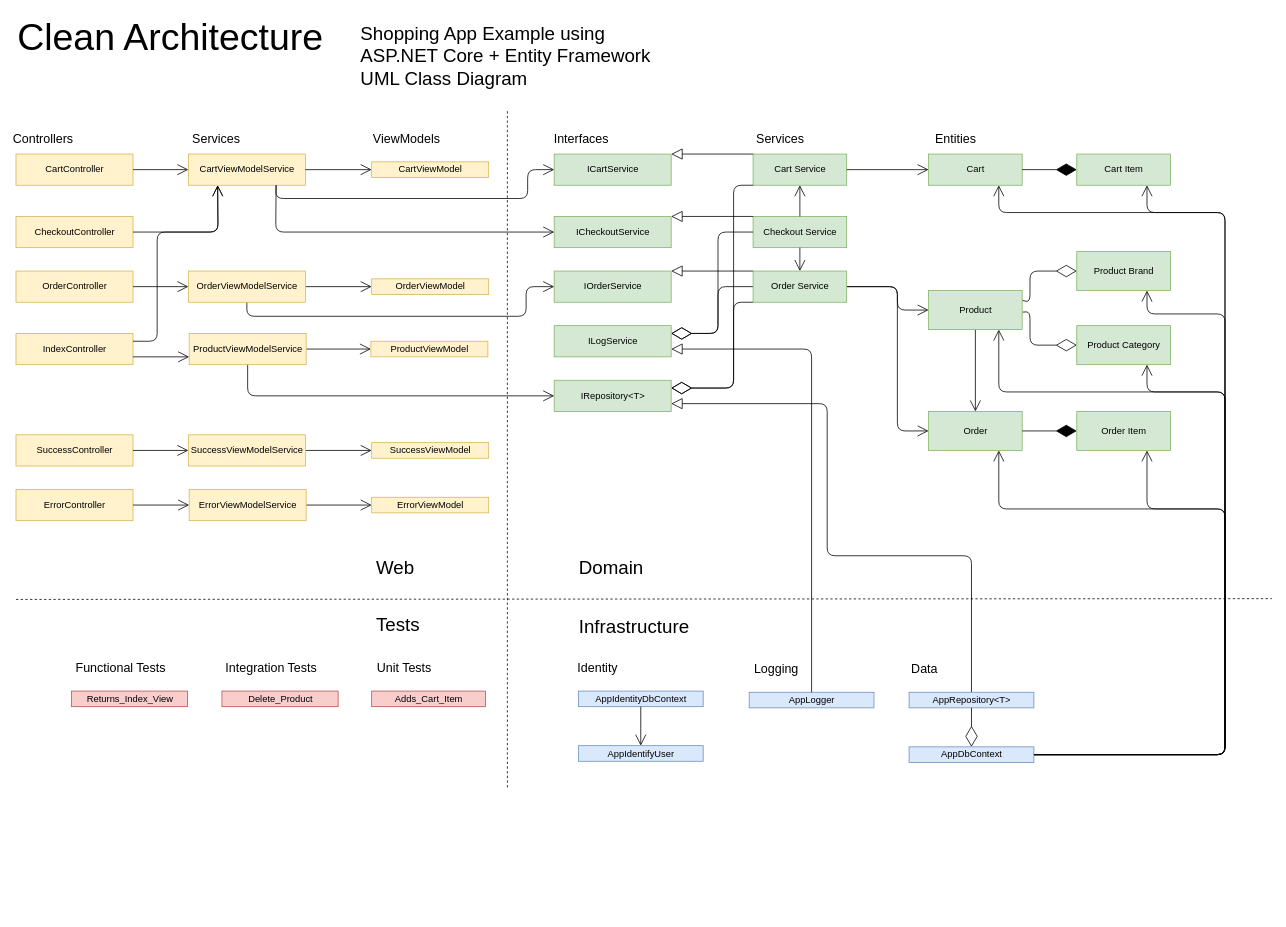
This is Clean_Architecture_Designs/Shopping_v3.drawio from kdaquila/WoodworkingShop, a draw.io file, before an edit. Source tidied: cells renumbered, new cells numbered last; positions are measured from the earlier drawing's top-left corner, leaving out a move shared by most shapes. Both pictures are drawn from the tidied source at 78%, with x=0, y=0 at pixel (16, 13).
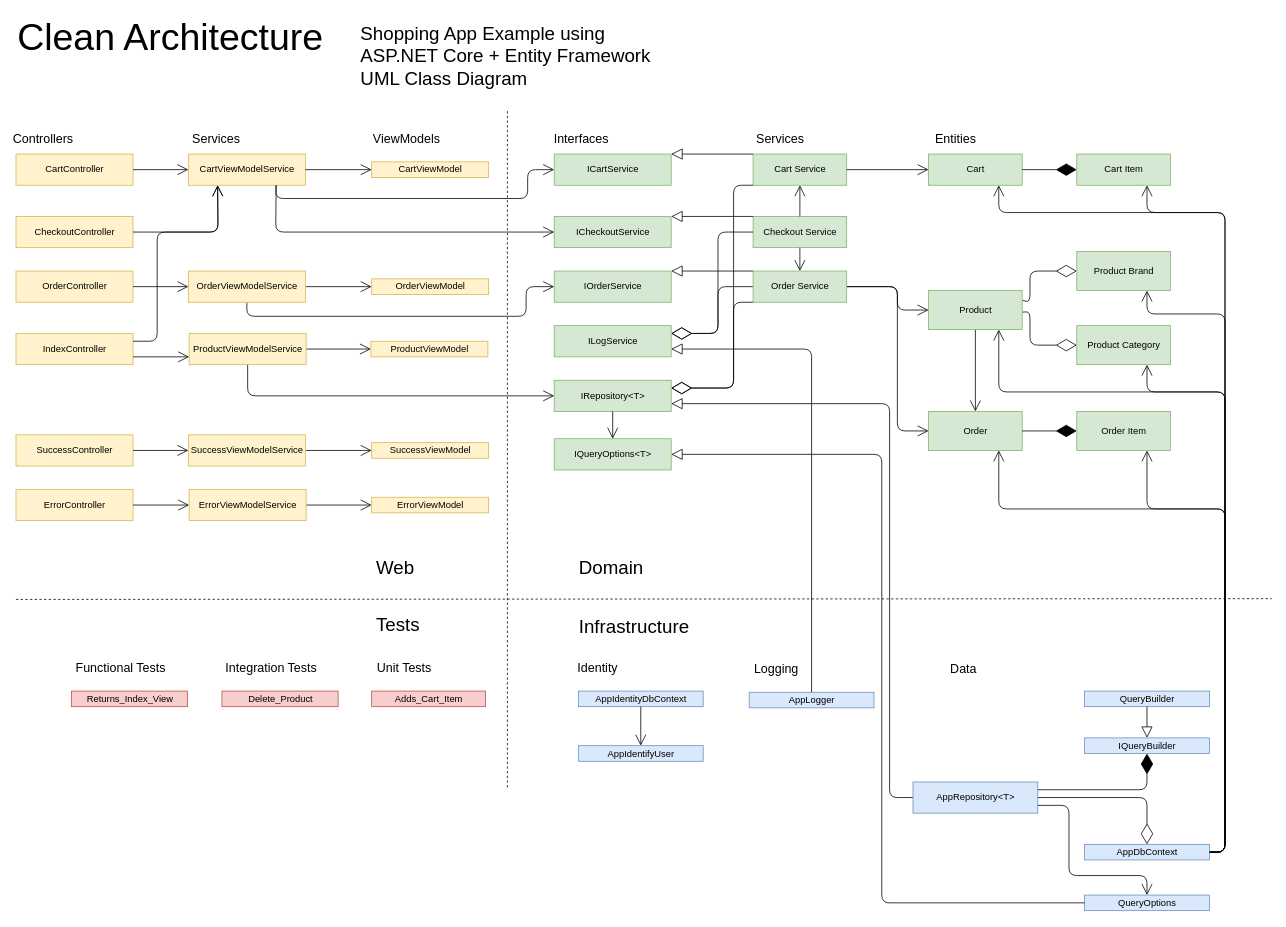
The same page after the edit.

Unchanged cells that the change refers to:
```xml
<mxCell id="2" value="Cart" style="html=1;fillColor=#d5e8d4;strokeColor=#82b366;" parent="1" vertex="1">
  <mxGeometry x="1170" y="180" width="120" height="40" as="geometry" />
</mxCell>
<mxCell id="3" value="Cart Item" style="html=1;fillColor=#d5e8d4;strokeColor=#82b366;" parent="1" vertex="1">
  <mxGeometry x="1360" y="180" width="120" height="40" as="geometry" />
</mxCell>
<mxCell id="4" value="Order" style="html=1;fillColor=#d5e8d4;strokeColor=#82b366;" parent="1" vertex="1">
  <mxGeometry x="1170" y="510" width="120" height="50" as="geometry" />
</mxCell>
<mxCell id="5" value="Order Item" style="html=1;fillColor=#d5e8d4;strokeColor=#82b366;" parent="1" vertex="1">
  <mxGeometry x="1360" y="510" width="120" height="50" as="geometry" />
</mxCell>
<mxCell id="6" value="Product Brand" style="html=1;fillColor=#d5e8d4;strokeColor=#82b366;" parent="1" vertex="1">
  <mxGeometry x="1360" y="305" width="120" height="50" as="geometry" />
</mxCell>
<mxCell id="7" value="Product Category" style="html=1;fillColor=#d5e8d4;strokeColor=#82b366;" parent="1" vertex="1">
  <mxGeometry x="1360" y="400" width="120" height="50" as="geometry" />
</mxCell>
<mxCell id="14" value="IRepository&amp;lt;T&amp;gt;" style="html=1;fillColor=#d5e8d4;strokeColor=#82b366;" parent="1" vertex="1">
  <mxGeometry x="690" y="470" width="150" height="40" as="geometry" />
</mxCell>
<mxCell id="56" value="Product" style="html=1;fillColor=#d5e8d4;strokeColor=#82b366;" parent="1" vertex="1">
  <mxGeometry x="1170" y="355" width="120" height="50" as="geometry" />
</mxCell>
```

Change to the diagram source:
```diff
@@
     <mxCell id="28" style="endArrow=open;endFill=1;endSize=12;html=1;exitX=1;exitY=0.5;exitDx=0;exitDy=0;entryX=0.75;entryY=1;entryDx=0;entryDy=0;" parent="1" edge="1" source="40" target="2">
       <mxGeometry relative="1" as="geometry">
         <Array as="points">
-          <mxPoint x="1550" y="950" />
+          <mxPoint x="1550" y="1075" />
           <mxPoint x="1550" y="255" />
           <mxPoint x="1260" y="255" />
         </Array>
       </mxGeometry>
     </mxCell>
@@
     <mxCell id="30" style="endArrow=open;endFill=1;endSize=12;html=1;exitX=1;exitY=0.5;exitDx=0;exitDy=0;entryX=0.75;entryY=1;entryDx=0;entryDy=0;" parent="1" edge="1" source="40" target="5">
       <mxGeometry relative="1" as="geometry">
         <Array as="points">
-          <mxPoint x="1550" y="950" />
+          <mxPoint x="1550" y="1075" />
           <mxPoint x="1550" y="635" />
           <mxPoint x="1450" y="635" />
         </Array>
       </mxGeometry>
     </mxCell>
     <mxCell id="31" style="endArrow=open;endFill=1;endSize=12;html=1;exitX=1;exitY=0.5;exitDx=0;exitDy=0;entryX=0.75;entryY=1;entryDx=0;entryDy=0;" parent="1" edge="1" source="40" target="7">
       <mxGeometry relative="1" as="geometry">
         <Array as="points">
-          <mxPoint x="1550" y="950" />
+          <mxPoint x="1550" y="1075" />
           <mxPoint x="1550" y="485" />
           <mxPoint x="1450" y="485" />
         </Array>
       </mxGeometry>
     </mxCell>
     <mxCell id="32" style="endArrow=open;endFill=1;endSize=12;html=1;exitX=1;exitY=0.5;exitDx=0;exitDy=0;entryX=0.75;entryY=1;entryDx=0;entryDy=0;" parent="1" edge="1" source="40" target="6">
       <mxGeometry relative="1" as="geometry">
         <Array as="points">
-          <mxPoint x="1550" y="950" />
+          <mxPoint x="1550" y="1075" />
           <mxPoint x="1550" y="385" />
           <mxPoint x="1450" y="385" />
         </Array>
       </mxGeometry>
     </mxCell>
     <mxCell id="33" style="endArrow=open;endFill=1;endSize=12;html=1;exitX=1;exitY=0.5;exitDx=0;exitDy=0;entryX=0.75;entryY=1;entryDx=0;entryDy=0;" parent="1" edge="1" source="40" target="3">
       <mxGeometry relative="1" as="geometry">
         <Array as="points">
-          <mxPoint x="1550" y="950" />
+          <mxPoint x="1550" y="1075" />
           <mxPoint x="1550" y="255" />
           <mxPoint x="1450" y="255" />
         </Array>
       </mxGeometry>
     </mxCell>
@@
     <mxCell id="40" value="AppDbContext" style="html=1;fillColor=#dae8fc;strokeColor=#6c8ebf;" parent="1" vertex="1">
-      <mxGeometry x="1145" y="940" width="160" height="20" as="geometry" />
+      <mxGeometry x="1370" y="1065" width="160" height="20" as="geometry" />
     </mxCell>
-    <mxCell id="41" style="endArrow=block;endFill=0;endSize=12;html=1;entryX=1;entryY=0.75;entryDx=0;entryDy=0;exitX=0.5;exitY=0;exitDx=0;exitDy=0;" parent="1" edge="1" source="42" target="14">
+    <mxCell id="41" style="endArrow=block;endFill=0;endSize=12;html=1;entryX=1;entryY=0.75;entryDx=0;entryDy=0;exitX=0;exitY=0.5;exitDx=0;exitDy=0;" parent="1" edge="1" source="42" target="14">
       <mxGeometry relative="1" as="geometry">
         <Array as="points">
-          <mxPoint x="1225" y="695" />
-          <mxPoint x="1040" y="695" />
-          <mxPoint x="1040" y="500" />
+          <mxPoint x="1120" y="1005" />
+          <mxPoint x="1120" y="500" />
         </Array>
       </mxGeometry>
     </mxCell>
     <mxCell id="42" value="AppRepository&amp;lt;T&amp;gt;" style="html=1;fillColor=#dae8fc;strokeColor=#6c8ebf;" parent="1" vertex="1">
-      <mxGeometry x="1145" y="870" width="160" height="20" as="geometry" />
+      <mxGeometry x="1150" y="985" width="160" height="40" as="geometry" />
     </mxCell>
-    <mxCell id="43" style="endArrow=diamondThin;endFill=0;endSize=24;html=1;entryX=0.5;entryY=0;entryDx=0;entryDy=0;exitX=0.5;exitY=1;exitDx=0;exitDy=0;" parent="1" edge="1" source="42" target="40">
-      <mxGeometry relative="1" as="geometry" />
+    <mxCell id="43" style="endArrow=diamondThin;endFill=0;endSize=24;html=1;entryX=0.5;entryY=0;entryDx=0;entryDy=0;exitX=1;exitY=0.5;exitDx=0;exitDy=0;" parent="1" edge="1" source="42" target="40">
+      <mxGeometry relative="1" as="geometry">
+        <Array as="points">
+          <mxPoint x="1450" y="1005" />
+        </Array>
+      </mxGeometry>
     </mxCell>
@@
     <mxCell id="53" value="Data" style="text;html=1;strokeColor=none;fillColor=none;align=center;verticalAlign=middle;whiteSpace=wrap;rounded=0;fontSize=16;rotation=0;" parent="1" vertex="1">
-      <mxGeometry x="1130" y="830" width="70" height="20" as="geometry" />
+      <mxGeometry x="1180" y="830" width="70" height="20" as="geometry" />
     </mxCell>
@@
     <mxCell id="55" style="endArrow=open;endFill=1;endSize=12;html=1;exitX=1;exitY=0.5;exitDx=0;exitDy=0;entryX=0.75;entryY=1;entryDx=0;entryDy=0;" parent="1" edge="1" source="40" target="56">
       <mxGeometry relative="1" as="geometry">
         <Array as="points">
-          <mxPoint x="1550" y="950" />
+          <mxPoint x="1550" y="1075" />
           <mxPoint x="1550" y="485" />
           <mxPoint x="1260" y="485" />
         </Array>
       </mxGeometry>
     </mxCell>
@@
     <mxCell id="58" style="endArrow=open;endFill=1;endSize=12;html=1;exitX=1;exitY=0.5;exitDx=0;exitDy=0;entryX=0.75;entryY=1;entryDx=0;entryDy=0;" parent="1" edge="1" source="40" target="4">
       <mxGeometry relative="1" as="geometry">
         <Array as="points">
-          <mxPoint x="1550" y="950" />
+          <mxPoint x="1550" y="1075" />
           <mxPoint x="1550" y="635" />
           <mxPoint x="1260" y="635" />
         </Array>
       </mxGeometry>
     </mxCell>
@@
+    <mxCell id="105" value="IQueryOptions&amp;lt;T&amp;gt;" style="html=1;fillColor=#d5e8d4;strokeColor=#82b366;" parent="1" vertex="1">
+      <mxGeometry x="690" y="545" width="150" height="40" as="geometry" />
+    </mxCell>
+    <mxCell id="106" style="endArrow=open;endFill=1;endSize=12;html=1;fontSize=24;exitX=0.5;exitY=1;exitDx=0;exitDy=0;entryX=0.5;entryY=0;entryDx=0;entryDy=0;" parent="1" edge="1" source="14" target="105">
+      <mxGeometry relative="1" as="geometry" />
+    </mxCell>
+    <mxCell id="107" value="QueryOptions" style="html=1;fillColor=#dae8fc;strokeColor=#6c8ebf;" parent="1" vertex="1">
+      <mxGeometry x="1370" y="1130" width="160" height="20" as="geometry" />
+    </mxCell>
+    <mxCell id="108" value="IQueryBuilder" style="html=1;fillColor=#dae8fc;strokeColor=#6c8ebf;" parent="1" vertex="1">
+      <mxGeometry x="1370" y="928.5" width="160" height="20" as="geometry" />
+    </mxCell>
+    <mxCell id="109" value="QueryBuilder" style="html=1;fillColor=#dae8fc;strokeColor=#6c8ebf;" parent="1" vertex="1">
+      <mxGeometry x="1370" y="868.5" width="160" height="20" as="geometry" />
+    </mxCell>
+    <mxCell id="110" style="endArrow=block;endFill=0;endSize=12;html=1;entryX=1;entryY=0.5;entryDx=0;entryDy=0;exitX=0;exitY=0.5;exitDx=0;exitDy=0;" parent="1" edge="1" source="107" target="105">
+      <mxGeometry relative="1" as="geometry">
+        <Array as="points">
+          <mxPoint x="1110" y="1140" />
+          <mxPoint x="1110" y="565" />
+        </Array>
+      </mxGeometry>
+    </mxCell>
+    <mxCell id="111" style="endArrow=diamondThin;endFill=1;endSize=24;html=1;exitX=1;exitY=0.25;exitDx=0;exitDy=0;entryX=0.5;entryY=1;entryDx=0;entryDy=0;" parent="1" edge="1" source="42" target="108">
+      <mxGeometry relative="1" as="geometry">
+        <Array as="points">
+          <mxPoint x="1450" y="995" />
+          <mxPoint x="1450" y="975" />
+        </Array>
+      </mxGeometry>
+    </mxCell>
+    <mxCell id="112" style="endArrow=block;endFill=0;endSize=12;html=1;entryX=0.5;entryY=0;entryDx=0;entryDy=0;exitX=0.5;exitY=1;exitDx=0;exitDy=0;" parent="1" edge="1" source="109" target="108">
+      <mxGeometry relative="1" as="geometry" />
+    </mxCell>
+    <mxCell id="113" style="endArrow=open;endFill=1;endSize=12;html=1;exitX=1;exitY=0.75;exitDx=0;exitDy=0;entryX=0.5;entryY=0;entryDx=0;entryDy=0;" parent="1" edge="1" source="42" target="107">
+      <mxGeometry relative="1" as="geometry">
+        <Array as="points">
+          <mxPoint x="1350" y="1015" />
+          <mxPoint x="1350" y="1105" />
+          <mxPoint x="1450" y="1105" />
+        </Array>
+      </mxGeometry>
+    </mxCell>
```
